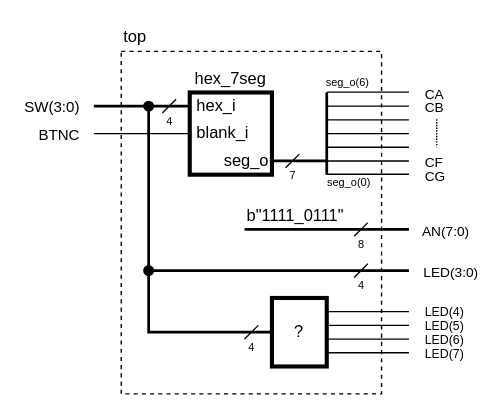
This is labs/04-segment/images/lab4_segment.drawio from tomas-fryza/vhdl-course, a draw.io file, before an edit. Source tidied: cells renumbered, new cells numbered last; positions are measured from the earlier drawing's top-left corner, leaving out a move shared by most shapes. Both pictures are drawn from the tidied source at 137%, with x=0, y=0 at pixel (79, 23).
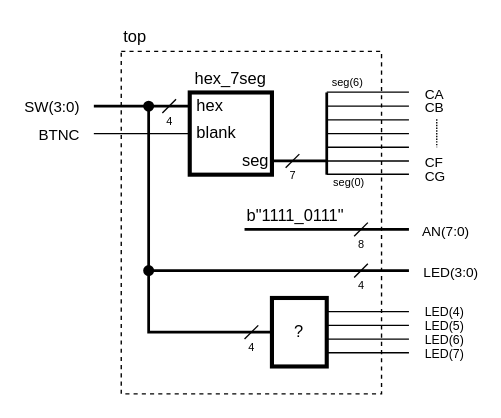
The same page after the edit.

The change refers to these unchanged cells:
```xml
<mxCell id="23" style="endArrow=none;html=1;rounded=0;fontSize=10;" parent="1" edge="1">
  <mxGeometry relative="1" as="geometry">
    <mxPoint x="180" y="100" as="sourcePoint" />
    <mxPoint x="240" y="100" as="targetPoint" />
  </mxGeometry>
</mxCell>
<mxCell id="25" style="endArrow=none;html=1;rounded=0;fontSize=10;" parent="1" edge="1">
  <mxGeometry relative="1" as="geometry">
    <mxPoint x="180" y="49.7" as="sourcePoint" />
    <mxPoint x="240" y="49.7" as="targetPoint" />
    <Array as="points">
      <mxPoint x="180" y="49.9" />
    </Array>
  </mxGeometry>
</mxCell>
```

Diff of the diagram source:
```diff
@@
-    <mxCell id="5" value="&amp;nbsp;hex_i" style="text;html=1;strokeColor=none;fillColor=none;align=left;verticalAlign=middle;whiteSpace=wrap;rounded=0;" parent="1" vertex="1">
+    <mxCell id="5" value="&amp;nbsp;hex" style="text;html=1;strokeColor=none;fillColor=none;align=left;verticalAlign=middle;whiteSpace=wrap;rounded=0;" parent="1" vertex="1">
       <mxGeometry x="80" y="50" width="70" height="20" as="geometry" />
     </mxCell>
-    <mxCell id="6" value="&amp;nbsp;blank_i" style="text;html=1;strokeColor=none;fillColor=none;align=left;verticalAlign=middle;whiteSpace=wrap;rounded=0;" parent="1" vertex="1">
+    <mxCell id="6" value="&amp;nbsp;blank" style="text;html=1;strokeColor=none;fillColor=none;align=left;verticalAlign=middle;whiteSpace=wrap;rounded=0;" parent="1" vertex="1">
       <mxGeometry x="80" y="70" width="70" height="20" as="geometry" />
     </mxCell>
-    <mxCell id="7" value="seg_o" style="text;html=1;strokeColor=none;fillColor=none;align=right;verticalAlign=middle;whiteSpace=wrap;rounded=0;" parent="1" vertex="1">
+    <mxCell id="7" value="seg" style="text;html=1;strokeColor=none;fillColor=none;align=right;verticalAlign=middle;whiteSpace=wrap;rounded=0;" parent="1" vertex="1">
       <mxGeometry x="90" y="90" width="50" height="20" as="geometry" />
     </mxCell>
@@
-    <mxCell id="24" value="seg_o(0)" style="edgeLabel;html=1;align=center;verticalAlign=middle;fontSize=8;" parent="23" vertex="1">
+    <mxCell id="24" value="seg(0)" style="edgeLabel;html=1;align=center;verticalAlign=middle;fontSize=8;" parent="23" vertex="1">
       <mxGeometry x="0.43" y="1" relative="1" as="geometry">
         <mxPoint x="-28" y="16" as="offset" />
       </mxGeometry>
     </mxCell>
@@
-    <mxCell id="26" value="seg_o(6)" style="edgeLabel;html=1;align=center;verticalAlign=middle;fontSize=8;" parent="25" vertex="1">
+    <mxCell id="26" value="seg(6)" style="edgeLabel;html=1;align=center;verticalAlign=middle;fontSize=8;" parent="25" vertex="1">
       <mxGeometry x="0.43" y="1" relative="1" as="geometry">
         <mxPoint x="-28" y="-6" as="offset" />
       </mxGeometry>
     </mxCell>
```
